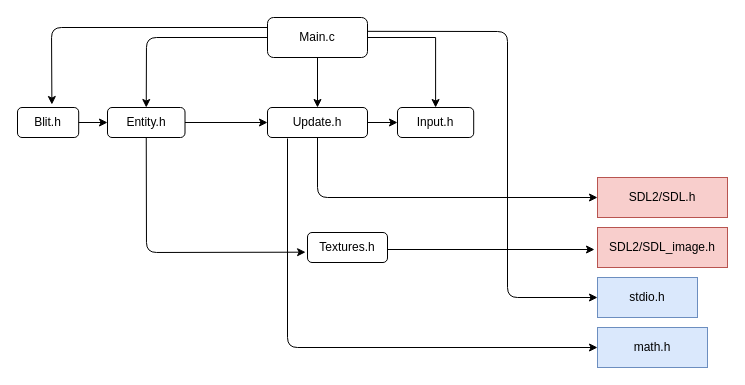
Earlier version of the draw.io diagram Opdracht_2+3/Opdracht_4/Untitled Diagram.drawio (Cassiebas/Programmeren-in-C-spel-). Source tidied: cells renumbered, new cells numbered last; positions are measured from the earlier drawing's top-left corner, leaving out a move shared by most shapes. Both pictures are drawn from the tidied source at 100%, with x=0, y=0 at pixel (17, 17).
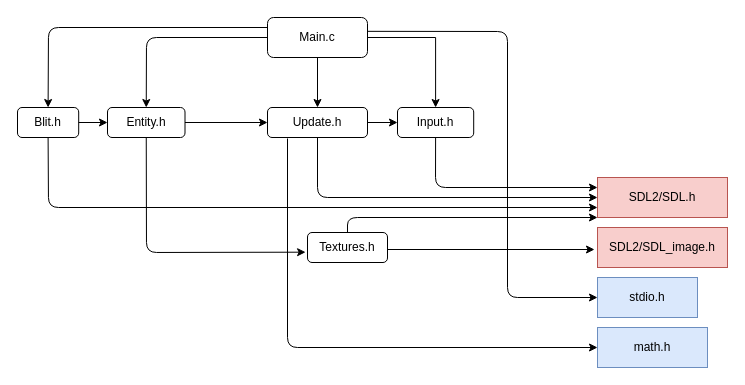
The same page after the edit.

Unchanged cells that the change refers to:
```xml
<mxCell id="3" value="Main.c" style="rounded=1;whiteSpace=wrap;html=1;" parent="1" vertex="1">
  <mxGeometry x="250" width="100" height="40" as="geometry" />
</mxCell>
<mxCell id="4" value="SDL2/SDL.h" style="rounded=0;whiteSpace=wrap;html=1;fillColor=#f8cecc;strokeColor=#b85450;" parent="1" vertex="1">
  <mxGeometry x="580" y="160" width="130" height="40" as="geometry" />
</mxCell>
<mxCell id="10" value="Input.h" style="rounded=1;whiteSpace=wrap;html=1;" parent="1" vertex="1">
  <mxGeometry x="380" y="90" width="76.2" height="30" as="geometry" />
</mxCell>
<mxCell id="11" value="Blit.h" style="rounded=1;whiteSpace=wrap;html=1;" parent="1" vertex="1">
  <mxGeometry y="90" width="61.2" height="30" as="geometry" />
</mxCell>
```

Change to the diagram source:
```diff
@@
-    <mxCell id="17" style="endArrow=classic;html=1;entryX=0.562;entryY=-0.1;entryDx=0;entryDy=0;entryPerimeter=0;exitX=0;exitY=0.25;exitDx=0;exitDy=0;" parent="1" edge="1" source="3" target="11">
+    <mxCell id="17" style="endArrow=classic;html=1;exitX=0;exitY=0.25;exitDx=0;exitDy=0;entryX=0.5;entryY=0;entryDx=0;entryDy=0;" parent="1" edge="1" source="3" target="11">
       <mxGeometry relative="1" as="geometry">
         <Array as="points">
-          <mxPoint x="34" y="10" />
+          <mxPoint x="31" y="10" />
         </Array>
       </mxGeometry>
     </mxCell>
@@
+    <mxCell id="24" style="endArrow=classic;html=1;exitX=0.5;exitY=1;exitDx=0;exitDy=0;entryX=0;entryY=0.75;entryDx=0;entryDy=0;" parent="1" edge="1" source="11" target="4">
+      <mxGeometry relative="1" as="geometry">
+        <Array as="points">
+          <mxPoint x="31" y="190" />
+        </Array>
+      </mxGeometry>
+    </mxCell>
+    <mxCell id="25" style="endArrow=classic;html=1;entryX=0;entryY=0.25;entryDx=0;entryDy=0;exitX=0.5;exitY=1;exitDx=0;exitDy=0;" parent="1" edge="1" source="10" target="4">
+      <mxGeometry relative="1" as="geometry">
+        <Array as="points">
+          <mxPoint x="418" y="170" />
+        </Array>
+      </mxGeometry>
+    </mxCell>
+    <mxCell id="26" style="endArrow=classic;html=1;entryX=0;entryY=1;entryDx=0;entryDy=0;" parent="1" edge="1" target="4">
+      <mxGeometry relative="1" as="geometry">
+        <mxPoint x="330" y="215" as="sourcePoint" />
+        <Array as="points">
+          <mxPoint x="330" y="200" />
+        </Array>
+      </mxGeometry>
+    </mxCell>
```
